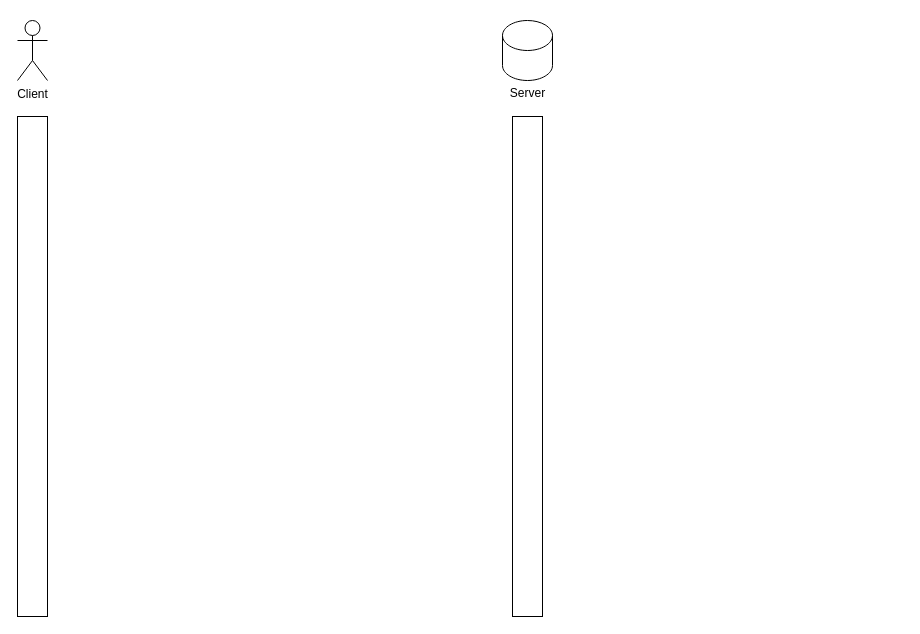
Above: pcMappingInterface.drawio in Jev0987/drawioFile (draw.io), before the change. Source tidied: cells renumbered, new cells numbered last; positions are measured from the earlier drawing's top-left corner, leaving out a move shared by most shapes. Both pictures are drawn from the tidied source at 100%, with x=0, y=0 at pixel (17, 20).
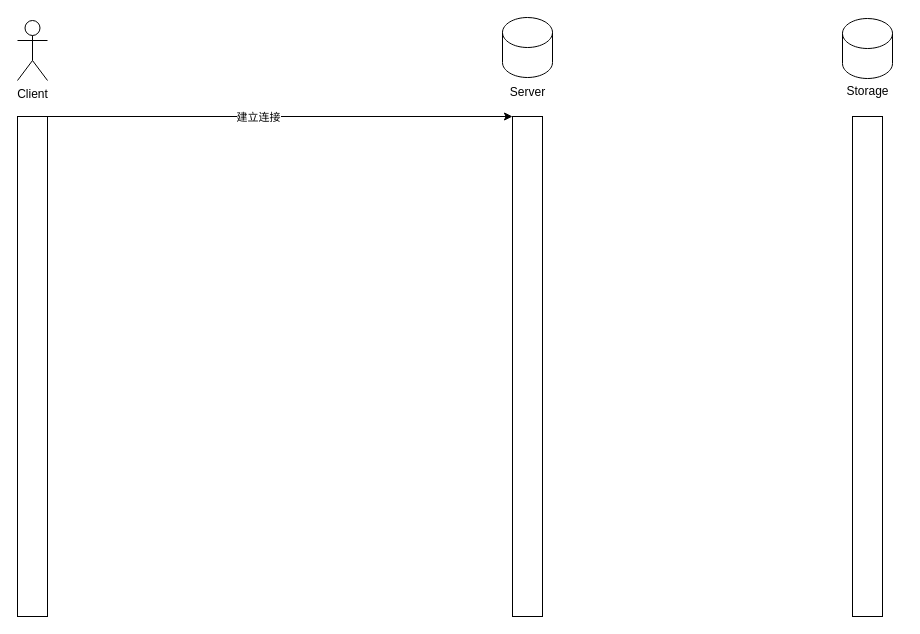
The same page after the edit.

What changed in the source:
```diff
@@
 <mxGraphModel>
   <root>
     <mxCell id="0" />
     <mxCell id="1" parent="0" />
     <mxCell id="2" value="Client" style="shape=umlActor;verticalLabelPosition=bottom;verticalAlign=top;html=1;" parent="1" vertex="1">
       <mxGeometry width="30" height="60" as="geometry" />
     </mxCell>
     <mxCell id="3" style="shape=cylinder3;whiteSpace=wrap;html=1;boundedLbl=1;backgroundOutline=1;size=15;" parent="1" vertex="1">
-      <mxGeometry x="485" width="50" height="60" as="geometry" />
+      <mxGeometry x="485" y="-3" width="50" height="60" as="geometry" />
     </mxCell>
     <mxCell id="4" value="Server" style="text;html=1;align=center;verticalAlign=middle;strokeColor=none;fillColor=none;" parent="1" vertex="1">
-      <mxGeometry x="480" y="58" width="60" height="30" as="geometry" />
+      <mxGeometry x="480" y="57" width="60" height="30" as="geometry" />
     </mxCell>
     <mxCell id="5" style="rounded=0;whiteSpace=wrap;html=1;" parent="1" vertex="1">
       <mxGeometry y="96" width="30" height="500" as="geometry" />
     </mxCell>
     <mxCell id="6" style="rounded=0;whiteSpace=wrap;html=1;" parent="1" vertex="1">
       <mxGeometry x="495" y="96" width="30" height="500" as="geometry" />
     </mxCell>
+    <mxCell id="7" style="endArrow=classic;html=1;rounded=0;exitX=1;exitY=0;exitDx=0;exitDy=0;entryX=0;entryY=0;entryDx=0;entryDy=0;" parent="1" edge="1" source="5" target="6">
+      <mxGeometry relative="1" as="geometry" />
+    </mxCell>
+    <mxCell id="8" value="建立连接" style="edgeLabel;html=1;align=center;verticalAlign=middle;" parent="7" vertex="1">
+      <mxGeometry x="0.18" y="-4" relative="1" as="geometry">
+        <mxPoint x="-64" y="-4" as="offset" />
+      </mxGeometry>
+    </mxCell>
+    <mxCell id="9" style="shape=cylinder3;whiteSpace=wrap;html=1;boundedLbl=1;backgroundOutline=1;size=15;" parent="1" vertex="1">
+      <mxGeometry x="825" y="-2" width="50" height="60" as="geometry" />
+    </mxCell>
+    <mxCell id="10" value="Storage" style="text;html=1;align=center;verticalAlign=middle;strokeColor=none;fillColor=none;" parent="1" vertex="1">
+      <mxGeometry x="815" y="56" width="70" height="30" as="geometry" />
+    </mxCell>
+    <mxCell id="11" style="rounded=0;whiteSpace=wrap;html=1;" parent="1" vertex="1">
+      <mxGeometry x="835" y="96" width="30" height="500" as="geometry" />
+    </mxCell>
   </root>
 </mxGraphModel>
```
